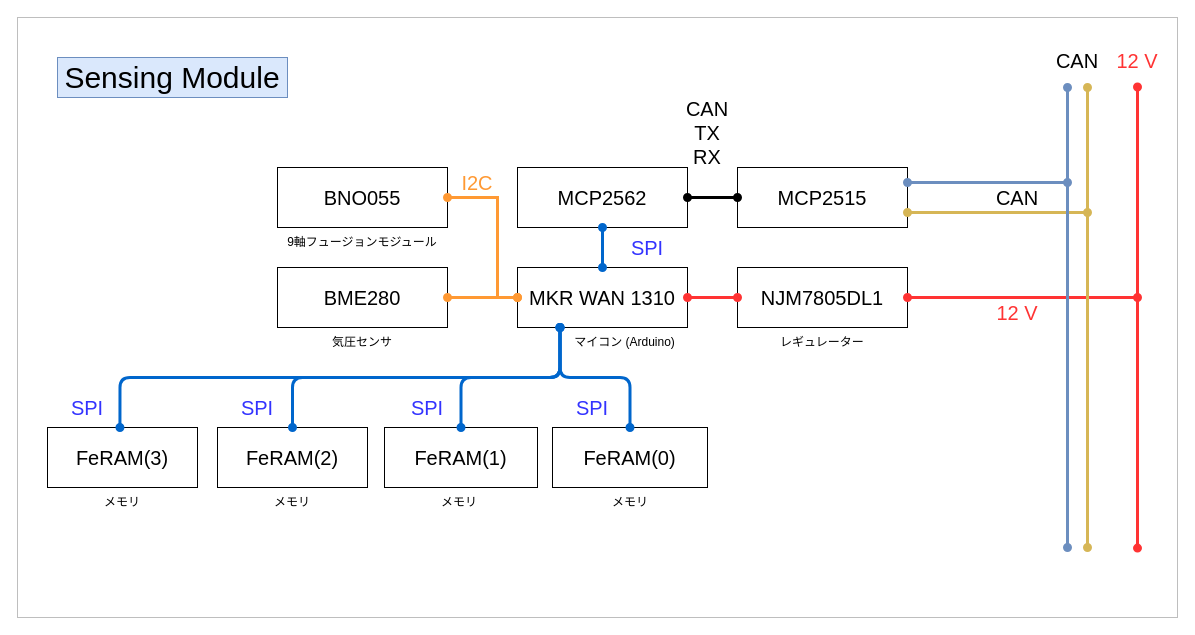
Before: Document/BlockDiagram/SensingModule.drawio in tokai-student-rocket-project/H-62-Avionics, a draw.io diagram. Source tidied: cells renumbered, new cells numbered last; positions are measured from the earlier drawing's top-left corner, leaving out a move shared by most shapes. Both pictures are drawn from the tidied source at 100%, with x=0, y=0 at pixel (17, 17).
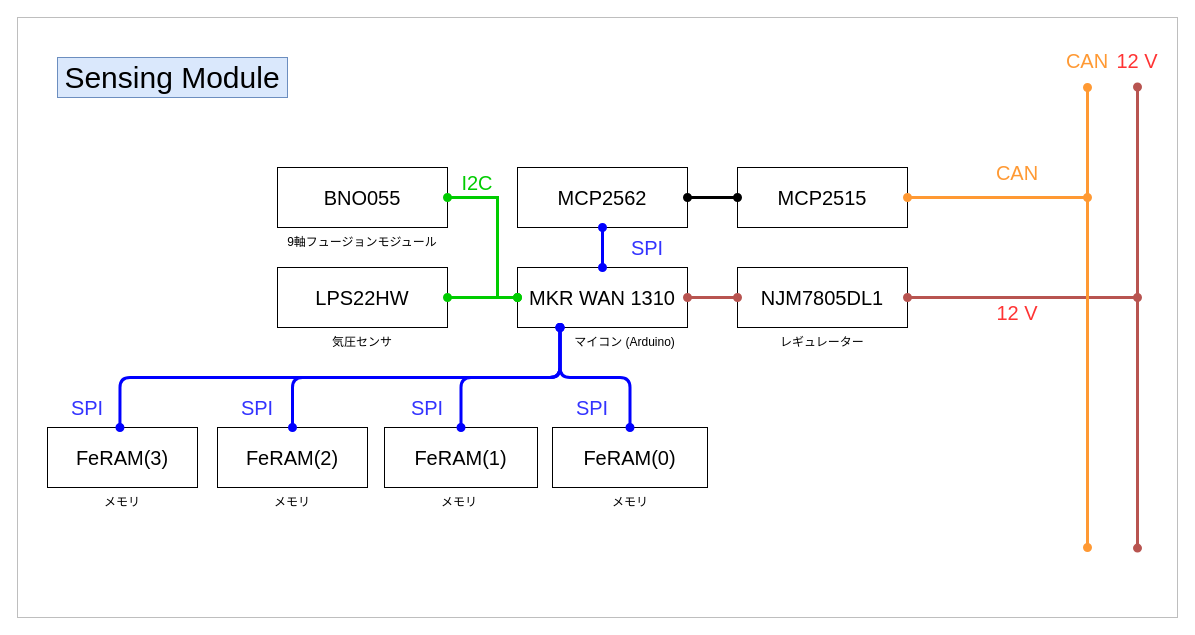
The same diagram, later.

Commit message:
ブロック図を作成

Unchanged cells that the change refers to:
```xml
<mxCell id="4" value="&lt;font style=&quot;font-size: 20px;&quot;&gt;MKR WAN 1310&lt;/font&gt;" style="rounded=0;whiteSpace=wrap;html=1;" parent="1" vertex="1">
  <mxGeometry x="500" y="250" width="170" height="60" as="geometry" />
</mxCell>
<mxCell id="6" value="&lt;font style=&quot;font-size: 20px;&quot;&gt;NJM7805DL1&lt;/font&gt;" style="rounded=0;whiteSpace=wrap;html=1;" parent="1" vertex="1">
  <mxGeometry x="720" y="250" width="170" height="60" as="geometry" />
</mxCell>
<mxCell id="8" value="&lt;span style=&quot;font-size: 20px;&quot;&gt;MCP2515&lt;/span&gt;" style="rounded=0;whiteSpace=wrap;html=1;" parent="1" vertex="1">
  <mxGeometry x="720" y="150" width="170" height="60" as="geometry" />
</mxCell>
<mxCell id="9" value="&lt;span style=&quot;font-size: 20px;&quot;&gt;MCP2562&lt;/span&gt;" style="rounded=0;whiteSpace=wrap;html=1;" parent="1" vertex="1">
  <mxGeometry x="500" y="150" width="170" height="60" as="geometry" />
</mxCell>
<mxCell id="18" value="&lt;span style=&quot;font-size: 20px;&quot;&gt;BNO055&lt;/span&gt;" style="rounded=0;whiteSpace=wrap;html=1;" parent="1" vertex="1">
  <mxGeometry x="260" y="150" width="170" height="60" as="geometry" />
</mxCell>
<mxCell id="24" value="&lt;font style=&quot;font-size: 20px;&quot;&gt;FeRAM(1)&lt;/font&gt;" style="rounded=0;whiteSpace=wrap;html=1;" parent="1" vertex="1">
  <mxGeometry x="367" y="410" width="153" height="60" as="geometry" />
</mxCell>
<mxCell id="26" value="&lt;font style=&quot;font-size: 20px;&quot;&gt;FeRAM(2)&lt;/font&gt;" style="rounded=0;whiteSpace=wrap;html=1;" parent="1" vertex="1">
  <mxGeometry x="200" y="410" width="150" height="60" as="geometry" />
</mxCell>
<mxCell id="27" value="&lt;font style=&quot;font-size: 20px;&quot;&gt;FeRAM(3)&lt;/font&gt;" style="rounded=0;whiteSpace=wrap;html=1;" parent="1" vertex="1">
  <mxGeometry x="30" y="410" width="150" height="60" as="geometry" />
</mxCell>
<mxCell id="28" value="&lt;font style=&quot;font-size: 20px;&quot;&gt;FeRAM(0)&lt;/font&gt;" style="rounded=0;whiteSpace=wrap;html=1;" parent="1" vertex="1">
  <mxGeometry x="535" y="410" width="155" height="60" as="geometry" />
</mxCell>
```

Diff of the diagram source:
```diff
@@
-    <mxCell id="10" style="endArrow=oval;html=1;entryX=0.5;entryY=1;entryDx=0;entryDy=0;exitX=0.5;exitY=0;exitDx=0;exitDy=0;strokeWidth=3;startArrow=oval;startFill=1;endFill=1;strokeColor=#0066CC;" parent="1" edge="1" source="4" target="9">
+    <mxCell id="10" style="endArrow=oval;html=1;entryX=0.5;entryY=1;entryDx=0;entryDy=0;exitX=0.5;exitY=0;exitDx=0;exitDy=0;strokeWidth=3;startArrow=oval;startFill=1;endFill=1;strokeColor=#0000FF;" parent="1" edge="1" source="4" target="9">
       <mxGeometry relative="1" as="geometry" />
     </mxCell>
@@
-    <mxCell id="13" value="&lt;font style=&quot;font-size: 20px; color: rgb(0, 0, 0);&quot;&gt;CAN TX RX&lt;/font&gt;" style="text;html=1;align=center;verticalAlign=middle;whiteSpace=wrap;rounded=0;" parent="1" vertex="1">
-      <mxGeometry x="660" y="80" width="60" height="70" as="geometry" />
-    </mxCell>
-    <mxCell id="14" style="endArrow=oval;html=1;entryX=1;entryY=0.5;entryDx=0;entryDy=0;startArrow=oval;startFill=1;strokeWidth=3;strokeColor=#FF3333;endFill=1;" parent="1" edge="1" target="6">
+    <mxCell id="14" style="endArrow=oval;html=1;entryX=1;entryY=0.5;entryDx=0;entryDy=0;startArrow=oval;startFill=1;strokeWidth=3;strokeColor=#b85450;endFill=1;fillColor=#f8cecc;" parent="1" edge="1" target="6">
       <mxGeometry relative="1" as="geometry">
         <mxPoint x="1120" y="280" as="sourcePoint" />
       </mxGeometry>
     </mxCell>
@@
-    <mxCell id="16" style="endArrow=oval;html=1;entryX=1;entryY=0.25;entryDx=0;entryDy=0;strokeWidth=3;fillColor=#dae8fc;strokeColor=#6c8ebf;startArrow=oval;startFill=1;endFill=1;" parent="1" edge="1" target="8">
-      <mxGeometry relative="1" as="geometry">
-        <mxPoint x="1050" y="165" as="sourcePoint" />
-      </mxGeometry>
-    </mxCell>
-    <mxCell id="17" style="endArrow=oval;html=1;entryX=1;entryY=0.75;entryDx=0;entryDy=0;strokeWidth=3;fillColor=#fff2cc;strokeColor=#d6b656;startArrow=oval;startFill=1;endFill=1;" parent="1" edge="1" target="8">
+    <mxCell id="17" style="endArrow=oval;html=1;entryX=1;entryY=0.75;entryDx=0;entryDy=0;strokeWidth=3;fillColor=#fff2cc;strokeColor=#FF9933;startArrow=oval;startFill=1;endFill=1;" parent="1" edge="1">
       <mxGeometry relative="1" as="geometry">
-        <mxPoint x="1070" y="195" as="sourcePoint" />
+        <mxPoint x="1070" y="180" as="sourcePoint" />
+        <mxPoint x="890" y="180" as="targetPoint" />
       </mxGeometry>
     </mxCell>
@@
-    <mxCell id="19" value="&lt;span style=&quot;font-size: 20px;&quot;&gt;BME280&lt;/span&gt;" style="rounded=0;whiteSpace=wrap;html=1;" parent="1" vertex="1">
+    <mxCell id="19" value="&lt;span style=&quot;font-size: 20px;&quot;&gt;LPS22HW&lt;/span&gt;" style="rounded=0;whiteSpace=wrap;html=1;" parent="1" vertex="1">
       <mxGeometry x="260" y="250" width="170" height="60" as="geometry" />
     </mxCell>
-    <mxCell id="20" style="edgeStyle=orthogonalEdgeStyle;html=1;strokeWidth=3;rounded=0;curved=0;endArrow=oval;endFill=1;startArrow=oval;startFill=1;fillColor=#ffe6cc;strokeColor=#FF9933;exitX=1;exitY=0.5;exitDx=0;exitDy=0;" parent="1" edge="1" source="18">
+    <mxCell id="20" style="edgeStyle=orthogonalEdgeStyle;html=1;strokeWidth=3;rounded=0;curved=0;endArrow=oval;endFill=1;startArrow=oval;startFill=1;fillColor=#ffe6cc;strokeColor=#00CC00;exitX=1;exitY=0.5;exitDx=0;exitDy=0;" parent="1" edge="1" source="18">
       <mxGeometry relative="1" as="geometry">
         <mxPoint x="500" y="280" as="targetPoint" />
         <Array as="points">
           <mxPoint x="480" y="180" />
           <mxPoint x="480" y="280" />
         </Array>
       </mxGeometry>
     </mxCell>
-    <mxCell id="21" style="edgeStyle=none;html=1;strokeWidth=3;rounded=0;curved=0;startArrow=oval;startFill=1;endArrow=oval;endFill=1;fillColor=#ffe6cc;strokeColor=#FF9933;exitX=1;exitY=0.5;exitDx=0;exitDy=0;" parent="1" edge="1" source="19">
+    <mxCell id="21" style="edgeStyle=none;html=1;strokeWidth=3;rounded=0;curved=0;startArrow=oval;startFill=1;endArrow=oval;endFill=1;fillColor=#ffe6cc;strokeColor=#00CC00;exitX=1;exitY=0.5;exitDx=0;exitDy=0;" parent="1" edge="1" source="19">
       <mxGeometry relative="1" as="geometry">
         <mxPoint x="500" y="280" as="targetPoint" />
       </mxGeometry>
     </mxCell>
-    <mxCell id="22" value="&lt;font style=&quot;font-size: 20px; color: rgb(255, 153, 51);&quot;&gt;I2C&lt;/font&gt;" style="text;html=1;align=center;verticalAlign=middle;whiteSpace=wrap;rounded=0;" parent="1" vertex="1">
+    <mxCell id="22" value="&lt;font style=&quot;font-size: 20px; color: rgb(0, 204, 0);&quot;&gt;I2C&lt;/font&gt;" style="text;html=1;align=center;verticalAlign=middle;whiteSpace=wrap;rounded=0;" parent="1" vertex="1">
       <mxGeometry x="430" y="150" width="60" height="30" as="geometry" />
     </mxCell>
-    <mxCell id="23" value="&lt;font style=&quot;font-size: 20px; color: rgb(0, 0, 0);&quot;&gt;CAN&lt;/font&gt;" style="text;html=1;align=center;verticalAlign=middle;whiteSpace=wrap;rounded=0;" parent="1" vertex="1">
-      <mxGeometry x="970" y="165" width="60" height="30" as="geometry" />
+    <mxCell id="23" value="&lt;font style=&quot;font-size: 20px; color: rgb(255, 153, 51);&quot;&gt;CAN&lt;/font&gt;" style="text;html=1;align=center;verticalAlign=middle;whiteSpace=wrap;rounded=0;" parent="1" vertex="1">
+      <mxGeometry x="970" y="140" width="60" height="30" as="geometry" />
     </mxCell>
@@
-    <mxCell id="25" style="edgeStyle=orthogonalEdgeStyle;html=1;entryX=0.25;entryY=1;entryDx=0;entryDy=0;startArrow=oval;startFill=1;endArrow=oval;endFill=1;strokeWidth=3;strokeColor=#0066CC;" parent="1" edge="1" source="24" target="4">
+    <mxCell id="25" style="edgeStyle=orthogonalEdgeStyle;html=1;entryX=0.25;entryY=1;entryDx=0;entryDy=0;startArrow=oval;startFill=1;endArrow=oval;endFill=1;strokeWidth=3;strokeColor=#0000FF;" parent="1" edge="1" source="24" target="4">
       <mxGeometry relative="1" as="geometry" />
     </mxCell>
@@
-    <mxCell id="29" style="edgeStyle=orthogonalEdgeStyle;html=1;entryX=0.25;entryY=1;entryDx=0;entryDy=0;startArrow=oval;startFill=1;endArrow=oval;endFill=1;strokeWidth=3;strokeColor=#0066CC;exitX=0.5;exitY=0;exitDx=0;exitDy=0;" parent="1" edge="1" source="28" target="4">
+    <mxCell id="29" style="edgeStyle=orthogonalEdgeStyle;html=1;entryX=0.25;entryY=1;entryDx=0;entryDy=0;startArrow=oval;startFill=1;endArrow=oval;endFill=1;strokeWidth=3;strokeColor=#0000FF;exitX=0.5;exitY=0;exitDx=0;exitDy=0;" parent="1" edge="1" source="28" target="4">
       <mxGeometry relative="1" as="geometry" />
     </mxCell>
-    <mxCell id="30" style="edgeStyle=orthogonalEdgeStyle;html=1;entryX=0.25;entryY=1;entryDx=0;entryDy=0;startArrow=oval;startFill=1;endArrow=oval;endFill=1;strokeWidth=3;strokeColor=#0066CC;exitX=0.5;exitY=0;exitDx=0;exitDy=0;" parent="1" edge="1" source="26" target="4">
+    <mxCell id="30" style="edgeStyle=orthogonalEdgeStyle;html=1;entryX=0.25;entryY=1;entryDx=0;entryDy=0;startArrow=oval;startFill=1;endArrow=oval;endFill=1;strokeWidth=3;strokeColor=#0000FF;exitX=0.5;exitY=0;exitDx=0;exitDy=0;" parent="1" edge="1" source="26" target="4">
       <mxGeometry relative="1" as="geometry" />
     </mxCell>
-    <mxCell id="31" style="edgeStyle=orthogonalEdgeStyle;html=1;startArrow=oval;startFill=1;endArrow=oval;endFill=1;strokeWidth=3;strokeColor=#0066CC;entryX=0.25;entryY=1;entryDx=0;entryDy=0;exitX=0.483;exitY=0;exitDx=0;exitDy=0;exitPerimeter=0;" parent="1" edge="1" source="27" target="4">
+    <mxCell id="31" style="edgeStyle=orthogonalEdgeStyle;html=1;startArrow=oval;startFill=1;endArrow=oval;endFill=1;strokeWidth=3;strokeColor=#0000FF;entryX=0.25;entryY=1;entryDx=0;entryDy=0;exitX=0.483;exitY=0;exitDx=0;exitDy=0;exitPerimeter=0;" parent="1" edge="1" source="27" target="4">
       <mxGeometry relative="1" as="geometry" />
     </mxCell>
@@
-    <mxCell id="42" style="endArrow=oval;html=1;strokeWidth=3;fillColor=#dae8fc;strokeColor=#6c8ebf;startArrow=oval;startFill=1;endFill=1;" parent="1" edge="1">
-      <mxGeometry relative="1" as="geometry">
-        <mxPoint x="1050" y="70" as="sourcePoint" />
-        <mxPoint x="1050" y="530" as="targetPoint" />
-      </mxGeometry>
-    </mxCell>
-    <mxCell id="43" style="endArrow=oval;html=1;strokeWidth=3;fillColor=#fff2cc;strokeColor=#d6b656;startArrow=oval;startFill=1;endFill=1;" parent="1" edge="1">
+    <mxCell id="43" style="endArrow=oval;html=1;strokeWidth=3;fillColor=#fff2cc;strokeColor=#FF9933;startArrow=oval;startFill=1;endFill=1;" parent="1" edge="1">
       <mxGeometry relative="1" as="geometry">
         <mxPoint x="1070" y="70" as="sourcePoint" />
         <mxPoint x="1070" y="530" as="targetPoint" />
       </mxGeometry>
     </mxCell>
-    <mxCell id="44" style="endArrow=oval;html=1;entryX=1;entryY=0.5;entryDx=0;entryDy=0;startArrow=oval;startFill=1;strokeWidth=3;strokeColor=#FF3333;endFill=1;" parent="1" edge="1">
+    <mxCell id="44" style="endArrow=oval;html=1;entryX=1;entryY=0.5;entryDx=0;entryDy=0;startArrow=oval;startFill=1;strokeWidth=3;strokeColor=#b85450;endFill=1;fillColor=#f8cecc;" parent="1" edge="1">
       <mxGeometry relative="1" as="geometry">
         <mxPoint x="1120" y="530.6" as="sourcePoint" />
         <mxPoint x="1120" y="69.5" as="targetPoint" />
       </mxGeometry>
     </mxCell>
-    <mxCell id="45" value="&lt;font style=&quot;font-size: 20px; color: rgb(0, 0, 0);&quot;&gt;CAN&lt;/font&gt;" style="text;html=1;align=center;verticalAlign=middle;whiteSpace=wrap;rounded=0;" parent="1" vertex="1">
-      <mxGeometry x="1030" y="30" width="60" height="25" as="geometry" />
+    <mxCell id="45" value="&lt;font style=&quot;font-size: 20px; color: rgb(255, 153, 51);&quot;&gt;CAN&lt;/font&gt;" style="text;html=1;align=center;verticalAlign=middle;whiteSpace=wrap;rounded=0;" parent="1" vertex="1">
+      <mxGeometry x="1040" y="30" width="60" height="25" as="geometry" />
     </mxCell>
@@
-    <mxCell id="47" style="edgeStyle=none;html=1;entryX=0;entryY=0.5;entryDx=0;entryDy=0;strokeWidth=3;startArrow=oval;startFill=1;endArrow=oval;endFill=1;strokeColor=#FF3333;" parent="1" edge="1" source="4" target="6">
+    <mxCell id="47" style="edgeStyle=none;html=1;entryX=0;entryY=0.5;entryDx=0;entryDy=0;strokeWidth=3;startArrow=oval;startFill=1;endArrow=oval;endFill=1;strokeColor=#b85450;fillColor=#f8cecc;" parent="1" edge="1" source="4" target="6">
       <mxGeometry relative="1" as="geometry" />
     </mxCell>
```
